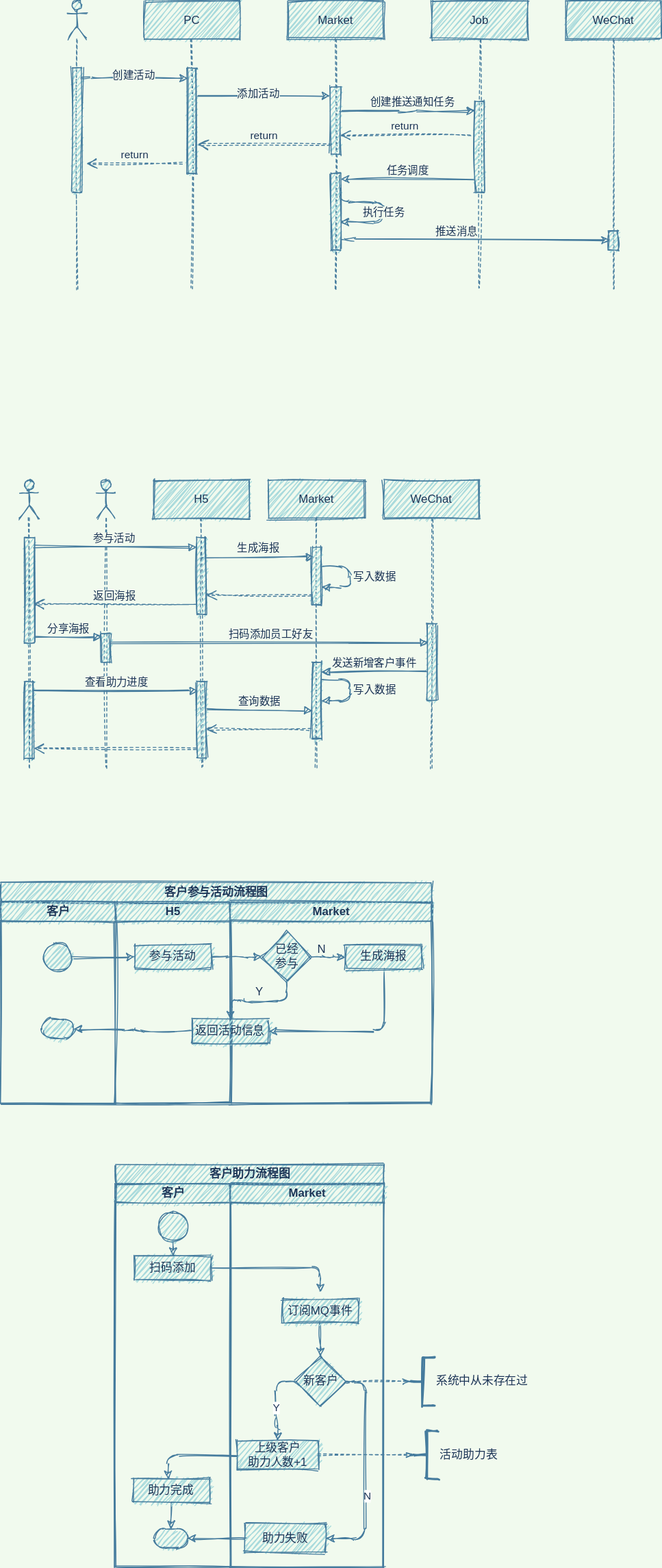
This is Fission Activity.svg from jingwux/diagrams, a draw.io export, as it was before one commit. Source tidied: cells renumbered, new cells last; positions are measured from the earlier drawing's top-left corner, leaving out a move shared by most shapes.
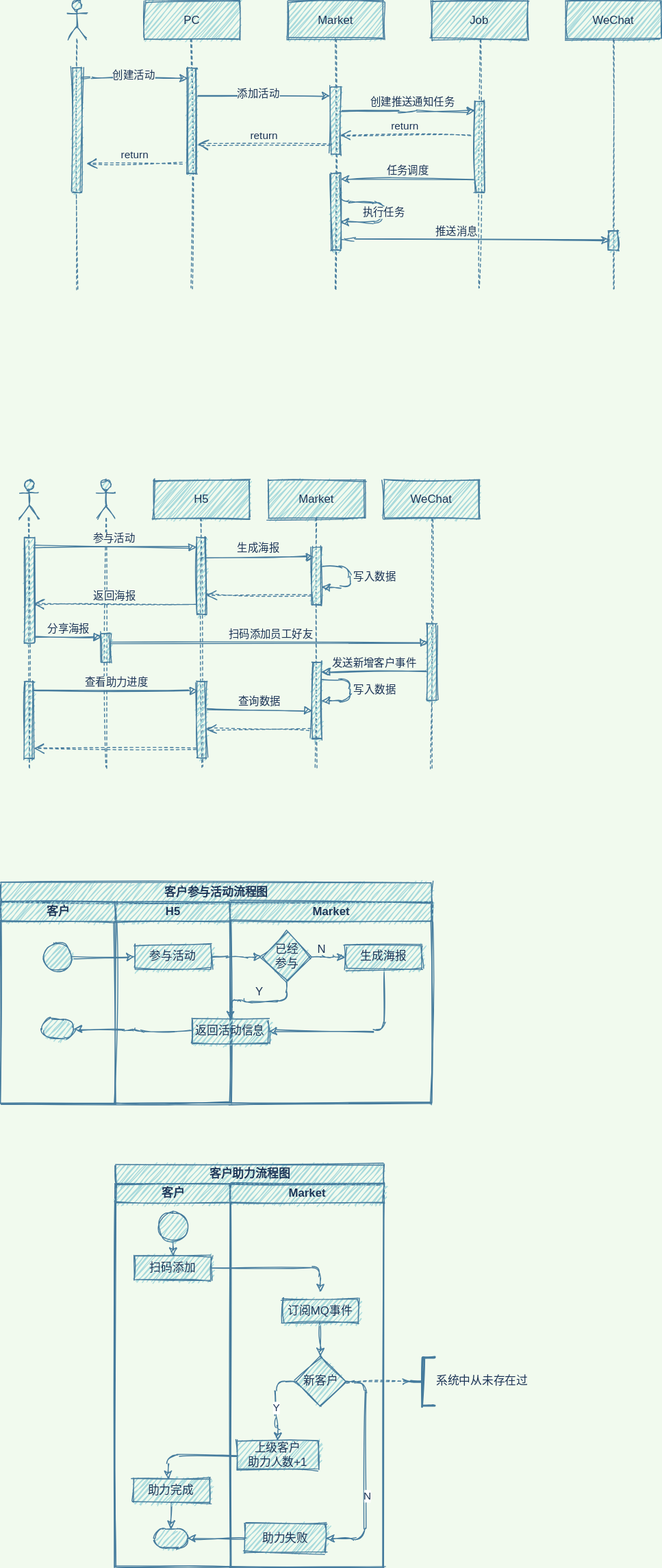
Above is the later version.

Diff of the diagram source:
```diff
@@ -341,12 +341,6 @@
     <mxCell id="92" style="edgeStyle=orthogonalEdgeStyle;curved=0;rounded=1;sketch=1;jettySize=auto;html=1;exitX=0;exitY=0.5;exitDx=0;exitDy=0;entryX=1;entryY=0.5;entryDx=0;entryDy=0;entryPerimeter=0;fontColor=#1D3557;strokeColor=#457B9D;fillColor=#A8DADC;" parent="72" edge="1" source="89" target="79">
       <mxGeometry relative="1" as="geometry" />
     </mxCell>
-    <mxCell id="93" value="活动助力表" style="strokeWidth=2;html=1;shape=mxgraph.flowchart.annotation_2;align=left;labelPosition=right;fontColor=#1D3557;fillColor=#A8DADC;strokeColor=#457B9D;sketch=1;" parent="71" vertex="1">
-      <mxGeometry x="312" y="278" width="25" height="50" as="geometry" />
-    </mxCell>
-    <mxCell id="94" style="edgeStyle=orthogonalEdgeStyle;curved=0;rounded=1;sketch=1;jettySize=auto;html=1;exitX=1;exitY=0.5;exitDx=0;exitDy=0;fontColor=#1D3557;strokeColor=#457B9D;fillColor=#A8DADC;entryX=0;entryY=0.5;entryDx=0;entryDy=0;entryPerimeter=0;dashed=1;endArrow=openThin;endFill=0;" parent="71" edge="1" source="88" target="93">
-      <mxGeometry relative="1" as="geometry" />
-    </mxCell>
     <mxCell id="95" value="系统中从未存在过&lt;br&gt;" style="strokeWidth=2;html=1;shape=mxgraph.flowchart.annotation_2;align=left;labelPosition=right;fontColor=#1D3557;fillColor=#A8DADC;strokeColor=#457B9D;sketch=1;" parent="71" vertex="1">
       <mxGeometry x="308" y="201.2" width="25" height="50" as="geometry" />
     </mxCell>
```
